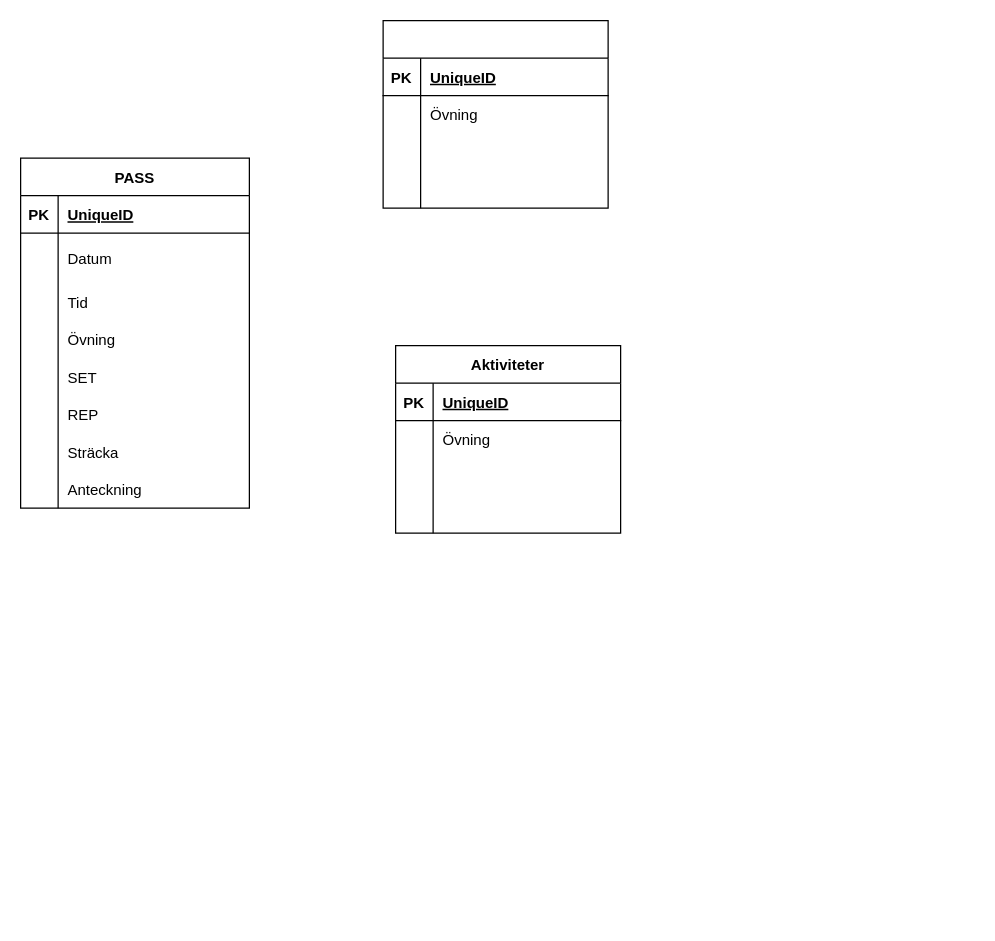
Earlier version of the draw.io diagram Projekt Beskrivningar/Database/DB overview.drawio (46136/DagbokProjekt). Source tidied: cells renumbered, new cells numbered last; positions are measured from the earlier drawing's top-left corner, leaving out a move shared by most shapes. Both pictures are drawn from the tidied source at 125%, with x=0, y=0 at pixel (20, 20).
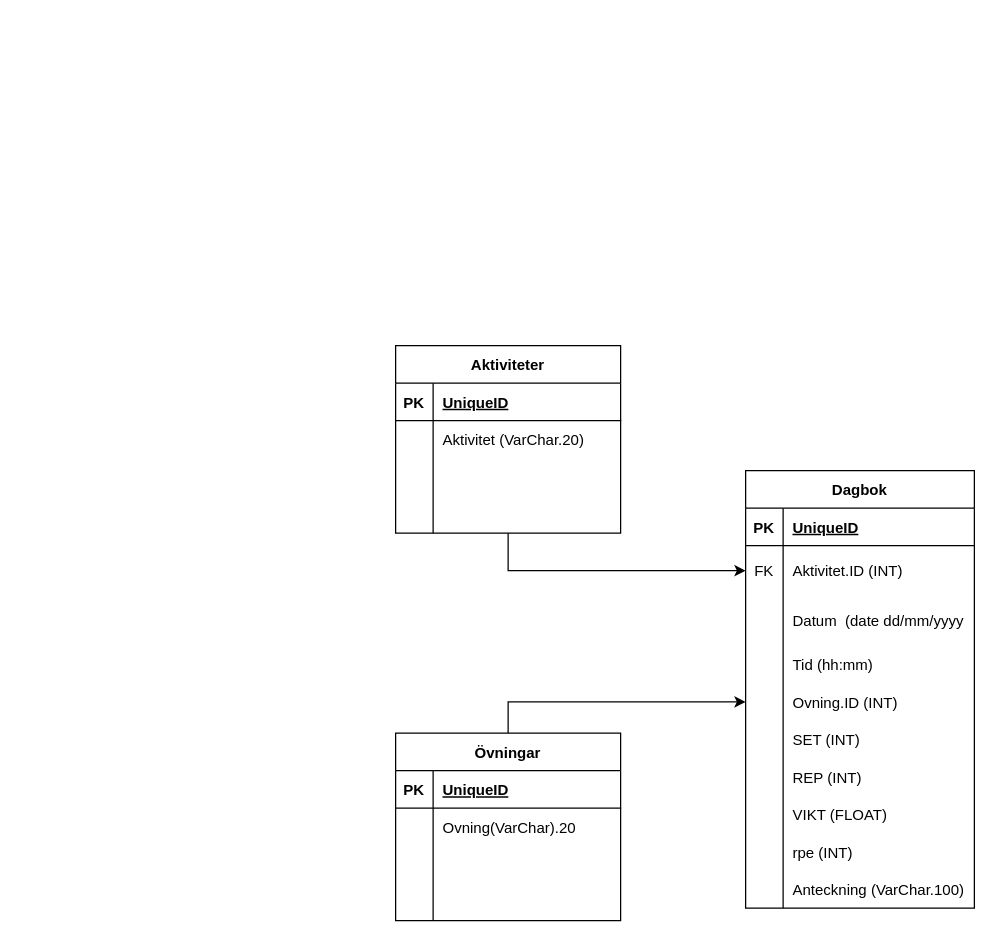
After the change.

Unchanged cells that the change refers to:
```xml
<mxCell id="2" value="Aktiviteter" style="shape=table;startSize=30;childLayout=tableLayout;rowLines=0;fontStyle=1;align=center;" parent="1" vertex="1">
  <mxGeometry x="300" y="260" width="180" height="150" as="geometry" />
</mxCell>
<mxCell id="6" style="shape=tableRow;horizontal=0;startSize=0;swimlaneHead=0;swimlaneBody=0;fillColor=none;top=0;left=0;right=0;bottom=0;" parent="2" vertex="1">
  <mxGeometry y="60" width="180" height="30" as="geometry" />
</mxCell>
```

The edit, as a diff of the source:
```diff
@@
+    <mxCell id="53" style="edgeStyle=orthogonalEdgeStyle;rounded=0;jettySize=auto;html=1;entryX=0;entryY=0.5;entryDx=0;entryDy=0;fontSize=12;" parent="1" edge="1" source="2" target="19">
+      <mxGeometry relative="1" as="geometry" />
+    </mxCell>
@@
-    <mxCell id="8" value="Övning" style="shape=partialRectangle;fillColor=none;top=0;left=0;bottom=0;right=0;align=left;spacingLeft=6;overflow=hidden;" parent="6" vertex="1">
+    <mxCell id="8" value="Aktivitet (VarChar.20)" style="shape=partialRectangle;fillColor=none;top=0;left=0;bottom=0;right=0;align=left;spacingLeft=6;overflow=hidden;" parent="6" vertex="1">
       <mxGeometry x="30" width="150" height="30" as="geometry" />
     </mxCell>
@@
-    <mxCell id="15" value="PASS" style="shape=table;startSize=30;childLayout=tableLayout;rowLines=0;fontStyle=1;align=center;" parent="1" vertex="1">
-      <mxGeometry y="110" width="183" height="280" as="geometry" />
-    </mxCell>
+    <mxCell id="54" value="Dagbok" style="shape=table;startSize=30;childLayout=tableLayout;rowLines=0;fontStyle=1;align=center;" parent="1" vertex="1">
+      <mxGeometry x="580" y="360" width="183" height="350" as="geometry" />
+    </mxCell>
-    <mxCell id="16" style="shape=tableRow;horizontal=0;startSize=0;swimlaneHead=0;swimlaneBody=0;fillColor=none;top=0;left=0;right=0;bottom=1;" parent="15" vertex="1">
+    <mxCell id="16" style="shape=tableRow;horizontal=0;startSize=0;swimlaneHead=0;swimlaneBody=0;fillColor=none;top=0;left=0;right=0;bottom=1;" parent="54" vertex="1">
       <mxGeometry y="30" width="183" height="30" as="geometry" />
     </mxCell>
-    <mxCell id="17" value="PK" style="shape=partialRectangle;fillColor=none;top=0;left=0;bottom=0;right=0;fontStyle=1;overflow=hidden;" parent="16" vertex="1">
-      <mxGeometry width="30" height="30" as="geometry" />
-    </mxCell>
+    <mxCell id="55" value="PK" style="shape=partialRectangle;fillColor=none;top=0;left=0;bottom=0;right=0;fontStyle=1;overflow=hidden;" parent="16" vertex="1">
+      <mxGeometry width="30" height="30" as="geometry" />
+    </mxCell>
@@
-    <mxCell id="19" style="shape=tableRow;horizontal=0;startSize=0;swimlaneHead=0;swimlaneBody=0;fillColor=none;points=[[0,0.5],[1,0.5]];portConstraint=eastwest;top=0;left=0;right=0;bottom=0;" parent="15" vertex="1">
+    <mxCell id="19" style="shape=tableRow;horizontal=0;startSize=0;swimlaneHead=0;swimlaneBody=0;fillColor=none;points=[[0,0.5],[1,0.5]];portConstraint=eastwest;top=0;left=0;right=0;bottom=0;" parent="54" vertex="1">
       <mxGeometry y="60" width="183" height="40" as="geometry" />
     </mxCell>
+    <mxCell id="56" value="FK" style="shape=partialRectangle;fillColor=none;top=0;left=0;bottom=0;right=0;overflow=hidden;" parent="19" vertex="1">
+      <mxGeometry width="30" height="40" as="geometry" />
+    </mxCell>
+    <mxCell id="57" value="Aktivitet.ID (INT)" style="shape=partialRectangle;fillColor=none;top=0;left=0;bottom=0;right=0;align=left;spacingLeft=6;overflow=hidden;" parent="19" vertex="1">
+      <mxGeometry x="30" width="153" height="40" as="geometry" />
+    </mxCell>
+    <mxCell id="58" style="shape=tableRow;horizontal=0;startSize=0;swimlaneHead=0;swimlaneBody=0;fillColor=none;top=0;left=0;right=0;bottom=0;" parent="54" vertex="1">
+      <mxGeometry y="100" width="183" height="40" as="geometry" />
+    </mxCell>
-    <mxCell id="20" style="shape=partialRectangle;fillColor=none;top=0;left=0;bottom=0;right=0;overflow=hidden;" parent="19" vertex="1">
+    <mxCell id="20" style="shape=partialRectangle;fillColor=none;top=0;left=0;bottom=0;right=0;overflow=hidden;" parent="58" vertex="1">
       <mxGeometry width="30" height="40" as="geometry" />
     </mxCell>
-    <mxCell id="21" value="Datum    " style="shape=partialRectangle;fillColor=none;top=0;left=0;bottom=0;right=0;align=left;spacingLeft=6;overflow=hidden;" parent="19" vertex="1">
-      <mxGeometry x="30" width="153" height="40" as="geometry" />
-    </mxCell>
-    <mxCell id="22" style="shape=tableRow;horizontal=0;startSize=0;swimlaneHead=0;swimlaneBody=0;fillColor=none;top=0;left=0;right=0;bottom=0;" parent="15" vertex="1">
-      <mxGeometry y="100" width="183" height="30" as="geometry" />
-    </mxCell>
-    <mxCell id="23" style="shape=partialRectangle;fillColor=none;top=0;left=0;bottom=0;right=0;overflow=hidden;" parent="22" vertex="1">
-      <mxGeometry width="30" height="30" as="geometry" />
-    </mxCell>
-    <mxCell id="24" value="Tid" style="shape=partialRectangle;fillColor=none;top=0;left=0;bottom=0;right=0;align=left;spacingLeft=6;overflow=hidden;" parent="22" vertex="1">
-      <mxGeometry x="30" width="153" height="30" as="geometry" />
-    </mxCell>
-    <mxCell id="25" style="shape=tableRow;horizontal=0;startSize=0;swimlaneHead=0;swimlaneBody=0;fillColor=none;top=0;left=0;right=0;bottom=0;swimlaneLine=1;" parent="15" vertex="1">
-      <mxGeometry y="130" width="183" height="30" as="geometry" />
-    </mxCell>
-    <mxCell id="26" style="shape=partialRectangle;fillColor=none;top=0;left=0;bottom=0;right=0;overflow=hidden;" parent="25" vertex="1">
-      <mxGeometry width="30" height="30" as="geometry" />
-    </mxCell>
-    <mxCell id="27" value="Övning" style="shape=partialRectangle;fillColor=none;top=0;left=0;bottom=0;right=0;align=left;spacingLeft=6;overflow=hidden;" parent="25" vertex="1">
-      <mxGeometry x="30" width="153" height="30" as="geometry" />
-    </mxCell>
-    <mxCell id="28" style="shape=tableRow;horizontal=0;startSize=0;swimlaneHead=0;swimlaneBody=0;fillColor=none;top=0;left=0;right=0;bottom=0;swimlaneLine=1;" parent="15" vertex="1">
-      <mxGeometry y="160" width="183" height="30" as="geometry" />
-    </mxCell>
-    <mxCell id="29" style="shape=partialRectangle;fillColor=none;top=0;left=0;bottom=0;right=0;overflow=hidden;" parent="28" vertex="1">
-      <mxGeometry width="30" height="30" as="geometry" />
-    </mxCell>
-    <mxCell id="30" value="SET" style="shape=partialRectangle;fillColor=none;top=0;left=0;bottom=0;right=0;align=left;spacingLeft=6;overflow=hidden;" parent="28" vertex="1">
-      <mxGeometry x="30" width="153" height="30" as="geometry" />
-    </mxCell>
-    <mxCell id="31" style="shape=tableRow;horizontal=0;startSize=0;swimlaneHead=0;swimlaneBody=0;fillColor=none;top=0;left=0;right=0;bottom=0;swimlaneLine=1;" parent="15" vertex="1">
-      <mxGeometry y="190" width="183" height="30" as="geometry" />
-    </mxCell>
-    <mxCell id="32" style="shape=partialRectangle;fillColor=none;top=0;left=0;bottom=0;right=0;overflow=hidden;" parent="31" vertex="1">
-      <mxGeometry width="30" height="30" as="geometry" />
-    </mxCell>
-    <mxCell id="33" value="REP" style="shape=partialRectangle;fillColor=none;top=0;left=0;bottom=0;right=0;align=left;spacingLeft=6;overflow=hidden;" parent="31" vertex="1">
-      <mxGeometry x="30" width="153" height="30" as="geometry" />
-    </mxCell>
-    <mxCell id="34" style="shape=tableRow;horizontal=0;startSize=0;swimlaneHead=0;swimlaneBody=0;fillColor=none;top=0;left=0;right=0;bottom=0;swimlaneLine=1;" parent="15" vertex="1">
-      <mxGeometry y="220" width="183" height="30" as="geometry" />
-    </mxCell>
-    <mxCell id="35" style="shape=partialRectangle;fillColor=none;top=0;left=0;bottom=0;right=0;overflow=hidden;" parent="34" vertex="1">
-      <mxGeometry width="30" height="30" as="geometry" />
-    </mxCell>
-    <mxCell id="36" value="Sträcka" style="shape=partialRectangle;fillColor=none;top=0;left=0;bottom=0;right=0;align=left;spacingLeft=6;overflow=hidden;" parent="34" vertex="1">
-      <mxGeometry x="30" width="153" height="30" as="geometry" />
-    </mxCell>
-    <mxCell id="37" style="shape=tableRow;horizontal=0;startSize=0;swimlaneHead=0;swimlaneBody=0;fillColor=none;top=0;left=0;right=0;bottom=0;swimlaneLine=1;" parent="15" vertex="1">
-      <mxGeometry y="250" width="183" height="30" as="geometry" />
-    </mxCell>
-    <mxCell id="38" style="shape=partialRectangle;fillColor=none;top=0;left=0;bottom=0;right=0;overflow=hidden;" parent="37" vertex="1">
-      <mxGeometry width="30" height="30" as="geometry" />
-    </mxCell>
-    <mxCell id="39" value="Anteckning" style="shape=partialRectangle;fillColor=none;top=0;left=0;bottom=0;right=0;align=left;spacingLeft=6;overflow=hidden;" parent="37" vertex="1">
-      <mxGeometry x="30" width="153" height="30" as="geometry" />
-    </mxCell>
-    <mxCell id="40" style="shape=table;startSize=30;childLayout=tableLayout;rowLines=0;fontStyle=1;align=center;" parent="1" vertex="1">
-      <mxGeometry x="290" width="180" height="150" as="geometry" />
-    </mxCell>
+    <mxCell id="59" value="Datum  (date dd/mm/yyyy" style="shape=partialRectangle;fillColor=none;top=0;left=0;bottom=0;right=0;align=left;spacingLeft=6;overflow=hidden;fontSize=12;" parent="58" vertex="1">
+      <mxGeometry x="30" width="153" height="40" as="geometry" />
+    </mxCell>
+    <mxCell id="60" style="shape=tableRow;horizontal=0;startSize=0;swimlaneHead=0;swimlaneBody=0;fillColor=none;top=0;left=0;right=0;bottom=0;" parent="54" vertex="1">
+      <mxGeometry y="140" width="183" height="30" as="geometry" />
+    </mxCell>
+    <mxCell id="61" style="shape=partialRectangle;fillColor=none;top=0;left=0;bottom=0;right=0;overflow=hidden;" parent="60" vertex="1">
+      <mxGeometry width="30" height="30" as="geometry" />
+    </mxCell>
+    <mxCell id="62" value="Tid (hh:mm)" style="shape=partialRectangle;fillColor=none;top=0;left=0;bottom=0;right=0;align=left;spacingLeft=6;overflow=hidden;" parent="60" vertex="1">
+      <mxGeometry x="30" width="153" height="30" as="geometry" />
+    </mxCell>
+    <mxCell id="63" style="shape=tableRow;horizontal=0;startSize=0;swimlaneHead=0;swimlaneBody=0;fillColor=none;points=[[0,0.5],[1,0.5]];portConstraint=eastwest;top=0;left=0;right=0;bottom=0;swimlaneLine=1;" parent="54" vertex="1">
+      <mxGeometry y="170" width="183" height="30" as="geometry" />
+    </mxCell>
+    <mxCell id="64" style="shape=partialRectangle;fillColor=none;top=0;left=0;bottom=0;right=0;overflow=hidden;" parent="63" vertex="1">
+      <mxGeometry width="30" height="30" as="geometry" />
+    </mxCell>
+    <mxCell id="65" value="Ovning.ID (INT)" style="shape=partialRectangle;fillColor=none;top=0;left=0;bottom=0;right=0;align=left;spacingLeft=6;overflow=hidden;" parent="63" vertex="1">
+      <mxGeometry x="30" width="153" height="30" as="geometry" />
+    </mxCell>
+    <mxCell id="66" style="shape=tableRow;horizontal=0;startSize=0;swimlaneHead=0;swimlaneBody=0;fillColor=none;top=0;left=0;right=0;bottom=0;swimlaneLine=1;" parent="54" vertex="1">
+      <mxGeometry y="200" width="183" height="30" as="geometry" />
+    </mxCell>
+    <mxCell id="67" style="shape=partialRectangle;fillColor=none;top=0;left=0;bottom=0;right=0;overflow=hidden;" parent="66" vertex="1">
+      <mxGeometry width="30" height="30" as="geometry" />
+    </mxCell>
+    <mxCell id="68" value="SET (INT)" style="shape=partialRectangle;fillColor=none;top=0;left=0;bottom=0;right=0;align=left;spacingLeft=6;overflow=hidden;" parent="66" vertex="1">
+      <mxGeometry x="30" width="153" height="30" as="geometry" />
+    </mxCell>
+    <mxCell id="69" style="shape=tableRow;horizontal=0;startSize=0;swimlaneHead=0;swimlaneBody=0;fillColor=none;top=0;left=0;right=0;bottom=0;swimlaneLine=1;" parent="54" vertex="1">
+      <mxGeometry y="230" width="183" height="30" as="geometry" />
+    </mxCell>
+    <mxCell id="70" style="shape=partialRectangle;fillColor=none;top=0;left=0;bottom=0;right=0;overflow=hidden;" parent="69" vertex="1">
+      <mxGeometry width="30" height="30" as="geometry" />
+    </mxCell>
+    <mxCell id="71" value="REP (INT)" style="shape=partialRectangle;fillColor=none;top=0;left=0;bottom=0;right=0;align=left;spacingLeft=6;overflow=hidden;" parent="69" vertex="1">
+      <mxGeometry x="30" width="153" height="30" as="geometry" />
+    </mxCell>
+    <mxCell id="72" style="shape=tableRow;horizontal=0;startSize=0;swimlaneHead=0;swimlaneBody=0;fillColor=none;top=0;left=0;right=0;bottom=0;swimlaneLine=1;" parent="54" vertex="1">
+      <mxGeometry y="260" width="183" height="30" as="geometry" />
+    </mxCell>
+    <mxCell id="73" style="shape=partialRectangle;fillColor=none;top=0;left=0;bottom=0;right=0;overflow=hidden;" parent="72" vertex="1">
+      <mxGeometry width="30" height="30" as="geometry" />
+    </mxCell>
+    <mxCell id="74" value="VIKT (FLOAT)" style="shape=partialRectangle;fillColor=none;top=0;left=0;bottom=0;right=0;align=left;spacingLeft=6;overflow=hidden;" parent="72" vertex="1">
+      <mxGeometry x="30" width="153" height="30" as="geometry" />
+    </mxCell>
+    <mxCell id="75" style="shape=tableRow;horizontal=0;startSize=0;swimlaneHead=0;swimlaneBody=0;fillColor=none;top=0;left=0;right=0;bottom=0;swimlaneLine=1;" parent="54" vertex="1">
+      <mxGeometry y="290" width="183" height="30" as="geometry" />
+    </mxCell>
+    <mxCell id="76" style="shape=partialRectangle;fillColor=none;top=0;left=0;bottom=0;right=0;overflow=hidden;" parent="75" vertex="1">
+      <mxGeometry width="30" height="30" as="geometry" />
+    </mxCell>
+    <mxCell id="77" value="rpe (INT)" style="shape=partialRectangle;fillColor=none;top=0;left=0;bottom=0;right=0;align=left;spacingLeft=6;overflow=hidden;" parent="75" vertex="1">
+      <mxGeometry x="30" width="153" height="30" as="geometry" />
+    </mxCell>
+    <mxCell id="78" style="shape=tableRow;horizontal=0;startSize=0;swimlaneHead=0;swimlaneBody=0;fillColor=none;top=0;left=0;right=0;bottom=0;swimlaneLine=1;" parent="54" vertex="1">
+      <mxGeometry y="320" width="183" height="30" as="geometry" />
+    </mxCell>
+    <mxCell id="79" style="shape=partialRectangle;fillColor=none;top=0;left=0;bottom=0;right=0;overflow=hidden;" parent="78" vertex="1">
+      <mxGeometry width="30" height="30" as="geometry" />
+    </mxCell>
+    <mxCell id="80" value="Anteckning (VarChar.100)" style="shape=partialRectangle;fillColor=none;top=0;left=0;bottom=0;right=0;align=left;spacingLeft=6;overflow=hidden;" parent="78" vertex="1">
+      <mxGeometry x="30" width="153" height="30" as="geometry" />
+    </mxCell>
+    <mxCell id="81" style="edgeStyle=orthogonalEdgeStyle;rounded=0;jettySize=auto;html=1;entryX=0;entryY=0.5;entryDx=0;entryDy=0;fontSize=12;" parent="1" edge="1" source="82" target="63">
+      <mxGeometry relative="1" as="geometry" />
+    </mxCell>
+    <mxCell id="82" value="Övningar" style="shape=table;startSize=30;childLayout=tableLayout;rowLines=0;fontStyle=1;align=center;" parent="1" vertex="1">
+      <mxGeometry x="300" y="570" width="180" height="150" as="geometry" />
+    </mxCell>
-    <mxCell id="41" style="shape=tableRow;horizontal=0;startSize=0;swimlaneHead=0;swimlaneBody=0;fillColor=none;top=0;left=0;right=0;bottom=1;" parent="40" vertex="1">
+    <mxCell id="41" style="shape=tableRow;horizontal=0;startSize=0;swimlaneHead=0;swimlaneBody=0;fillColor=none;top=0;left=0;right=0;bottom=1;" parent="82" vertex="1">
       <mxGeometry y="30" width="180" height="30" as="geometry" />
     </mxCell>
-    <mxCell id="42" value="PK" style="shape=partialRectangle;fillColor=none;top=0;left=0;bottom=0;right=0;fontStyle=1;overflow=hidden;" parent="41" vertex="1">
-      <mxGeometry width="30" height="30" as="geometry" />
-    </mxCell>
+    <mxCell id="83" value="PK" style="shape=partialRectangle;fillColor=none;top=0;left=0;bottom=0;right=0;fontStyle=1;overflow=hidden;" parent="41" vertex="1">
+      <mxGeometry width="30" height="30" as="geometry" />
+    </mxCell>
@@
-    <mxCell id="44" style="shape=tableRow;horizontal=0;startSize=0;swimlaneHead=0;swimlaneBody=0;fillColor=none;top=0;left=0;right=0;bottom=0;" parent="40" vertex="1">
+    <mxCell id="44" style="shape=tableRow;horizontal=0;startSize=0;swimlaneHead=0;swimlaneBody=0;fillColor=none;top=0;left=0;right=0;bottom=0;" parent="82" vertex="1">
       <mxGeometry y="60" width="180" height="30" as="geometry" />
     </mxCell>
-    <mxCell id="45" style="shape=partialRectangle;fillColor=none;top=0;left=0;bottom=0;right=0;overflow=hidden;" parent="44" vertex="1">
-      <mxGeometry width="30" height="30" as="geometry" />
-    </mxCell>
-    <mxCell id="46" value="Övning" style="shape=partialRectangle;fillColor=none;top=0;left=0;bottom=0;right=0;align=left;spacingLeft=6;overflow=hidden;" parent="44" vertex="1">
-      <mxGeometry x="30" width="150" height="30" as="geometry" />
-    </mxCell>
+    <mxCell id="84" style="shape=partialRectangle;fillColor=none;top=0;left=0;bottom=0;right=0;overflow=hidden;" parent="44" vertex="1">
+      <mxGeometry width="30" height="30" as="geometry" />
+    </mxCell>
+    <mxCell id="85" value="Ovning(VarChar).20" style="shape=partialRectangle;fillColor=none;top=0;left=0;bottom=0;right=0;align=left;spacingLeft=6;overflow=hidden;" parent="44" vertex="1">
+      <mxGeometry x="30" width="150" height="30" as="geometry" />
+    </mxCell>
-    <mxCell id="47" style="shape=tableRow;horizontal=0;startSize=0;swimlaneHead=0;swimlaneBody=0;fillColor=none;top=0;left=0;right=0;bottom=0;" parent="40" vertex="1">
+    <mxCell id="47" style="shape=tableRow;horizontal=0;startSize=0;swimlaneHead=0;swimlaneBody=0;fillColor=none;top=0;left=0;right=0;bottom=0;" parent="82" vertex="1">
       <mxGeometry y="90" width="180" height="30" as="geometry" />
     </mxCell>
-    <mxCell id="48" style="shape=partialRectangle;fillColor=none;top=0;left=0;bottom=0;right=0;overflow=hidden;" parent="47" vertex="1">
-      <mxGeometry width="30" height="30" as="geometry" />
-    </mxCell>
-    <mxCell id="49" style="shape=partialRectangle;fillColor=none;top=0;left=0;bottom=0;right=0;align=left;spacingLeft=6;overflow=hidden;" parent="47" vertex="1">
-      <mxGeometry x="30" width="150" height="30" as="geometry" />
-    </mxCell>
+    <mxCell id="86" style="shape=partialRectangle;fillColor=none;top=0;left=0;bottom=0;right=0;overflow=hidden;" parent="47" vertex="1">
+      <mxGeometry width="30" height="30" as="geometry" />
+    </mxCell>
+    <mxCell id="87" style="shape=partialRectangle;fillColor=none;top=0;left=0;bottom=0;right=0;align=left;spacingLeft=6;overflow=hidden;" parent="47" vertex="1">
+      <mxGeometry x="30" width="150" height="30" as="geometry" />
+    </mxCell>
-    <mxCell id="50" style="shape=tableRow;horizontal=0;startSize=0;swimlaneHead=0;swimlaneBody=0;fillColor=none;top=0;left=0;right=0;bottom=0;" parent="40" vertex="1">
+    <mxCell id="50" style="shape=tableRow;horizontal=0;startSize=0;swimlaneHead=0;swimlaneBody=0;fillColor=none;top=0;left=0;right=0;bottom=0;" parent="82" vertex="1">
       <mxGeometry y="120" width="180" height="30" as="geometry" />
     </mxCell>
-    <mxCell id="51" style="shape=partialRectangle;fillColor=none;top=0;left=0;bottom=0;right=0;overflow=hidden;" parent="50" vertex="1">
-      <mxGeometry width="30" height="30" as="geometry" />
-    </mxCell>
-    <mxCell id="52" style="shape=partialRectangle;fillColor=none;top=0;left=0;bottom=0;right=0;align=left;spacingLeft=6;overflow=hidden;" parent="50" vertex="1">
-      <mxGeometry x="30" width="150" height="30" as="geometry" />
-    </mxCell>
+    <mxCell id="88" style="shape=partialRectangle;fillColor=none;top=0;left=0;bottom=0;right=0;overflow=hidden;" parent="50" vertex="1">
+      <mxGeometry width="30" height="30" as="geometry" />
+    </mxCell>
+    <mxCell id="89" style="shape=partialRectangle;fillColor=none;top=0;left=0;bottom=0;right=0;align=left;spacingLeft=6;overflow=hidden;" parent="50" vertex="1">
+      <mxGeometry x="30" width="150" height="30" as="geometry" />
+    </mxCell>
```
